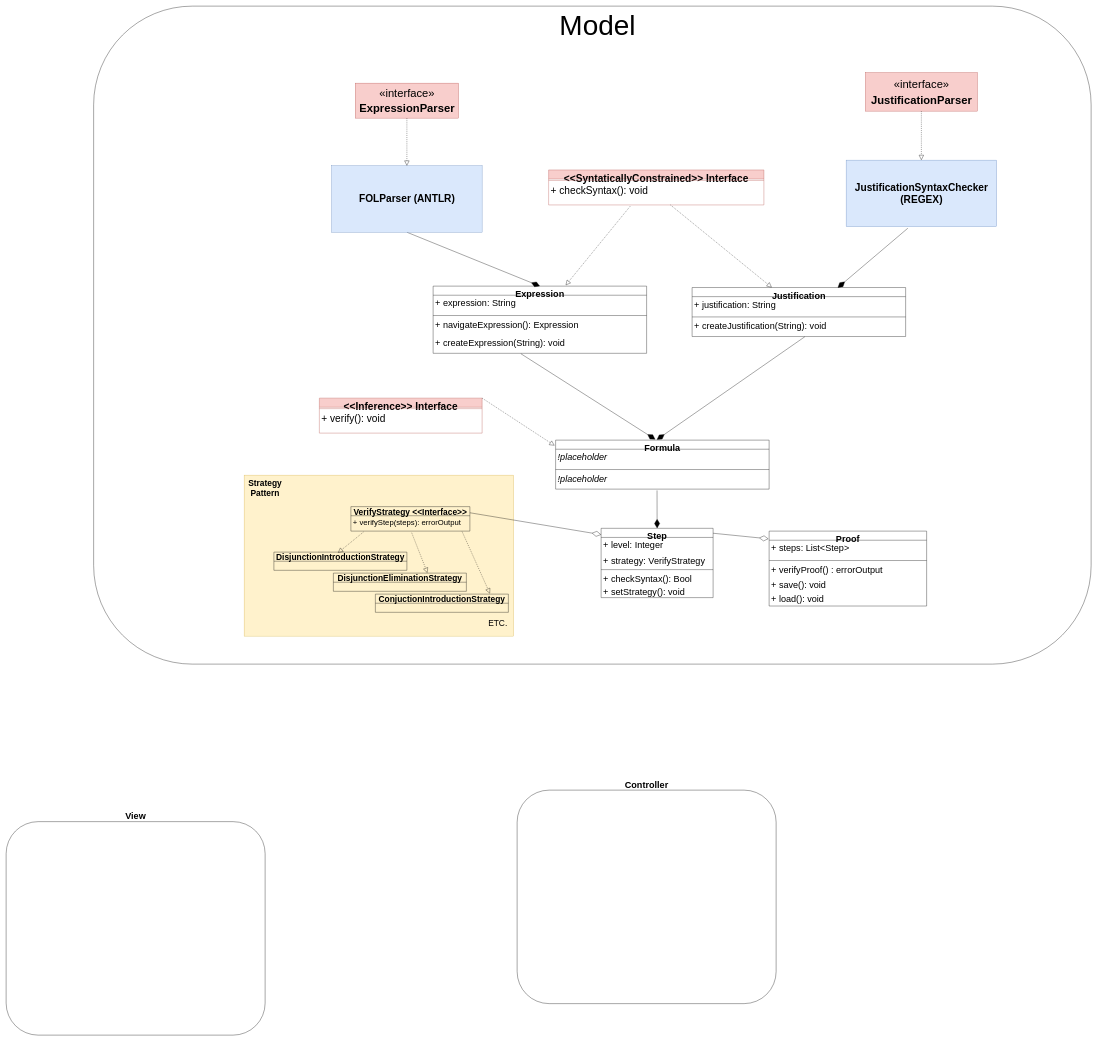
Girjoaba/Eunomia keeps this draw.io diagram as Information/EunomiaDiagram.drawio. Above is the earlier version. Source tidied: cells renumbered, new cells numbered last; positions are measured from the earlier drawing's top-left corner, leaving out a move shared by most shapes. Both pictures are drawn from the tidied source at 35%, with x=0, y=0 at pixel (6, 6).
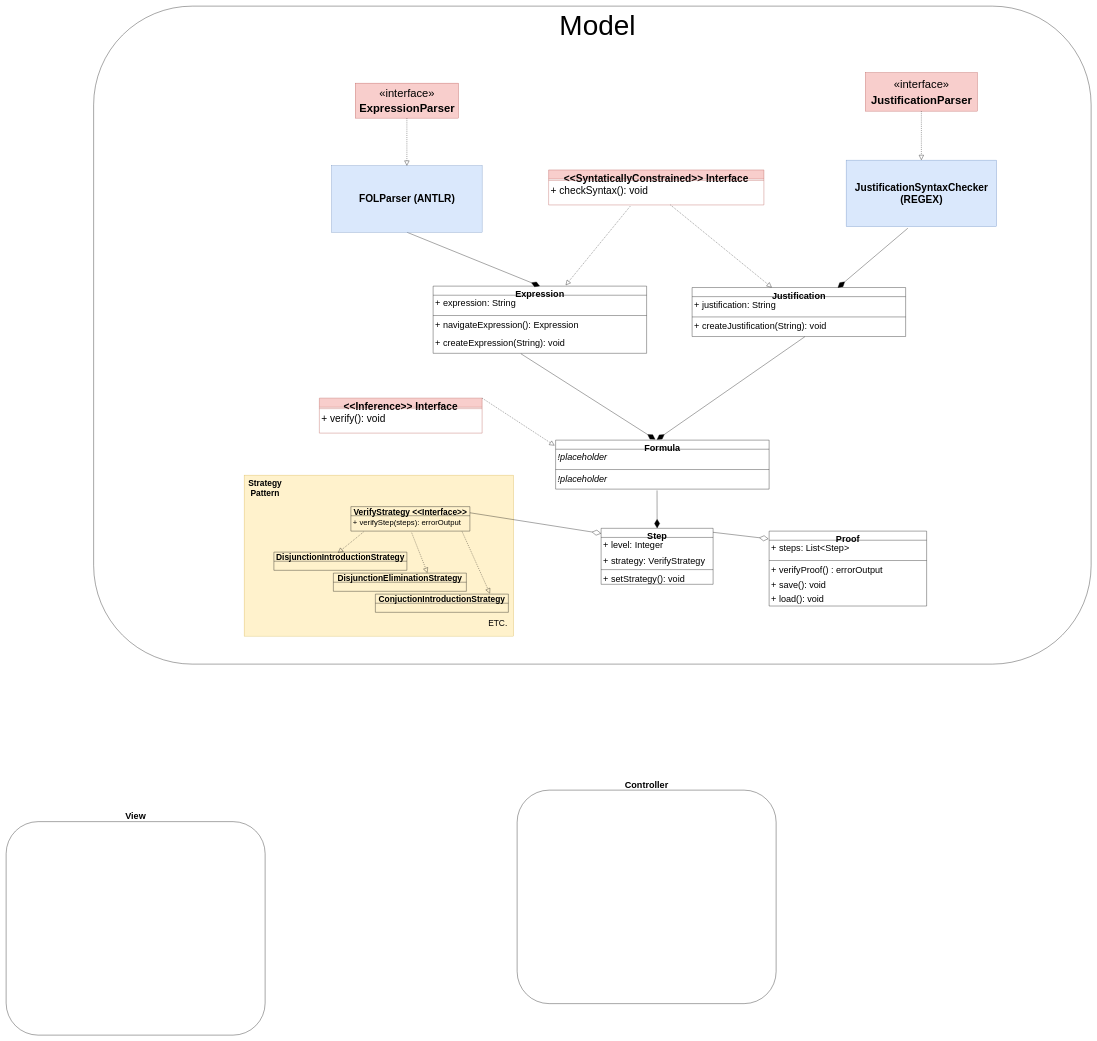
After the change.

What changed in the source:
```diff
@@
     <mxCell id="17" value="Step" style="swimlane;fontStyle=1;align=center;verticalAlign=top;horizontal=1;startSize=26;fontSize=26;" parent="1" vertex="1">
-      <mxGeometry x="1700" y="1492" width="320" height="198" as="geometry" />
+      <mxGeometry x="1700" y="1492" width="320" height="160" as="geometry" />
     </mxCell>
@@
-    <mxCell id="21" value="+ checkSyntax(): Bool" style="text;strokeColor=none;fillColor=none;align=left;verticalAlign=top;spacingLeft=4;spacingRight=4;overflow=hidden;fontSize=26;" parent="17" vertex="1">
-      <mxGeometry y="122" width="320" height="38" as="geometry" />
-    </mxCell>
     <mxCell id="22" value="+ setStrategy(): void" style="text;strokeColor=none;fillColor=none;align=left;verticalAlign=top;spacingLeft=4;spacingRight=4;overflow=hidden;fontSize=26;" parent="17" vertex="1">
-      <mxGeometry y="160" width="320" height="38" as="geometry" />
+      <mxGeometry y="122" width="320" height="38" as="geometry" />
     </mxCell>
```
